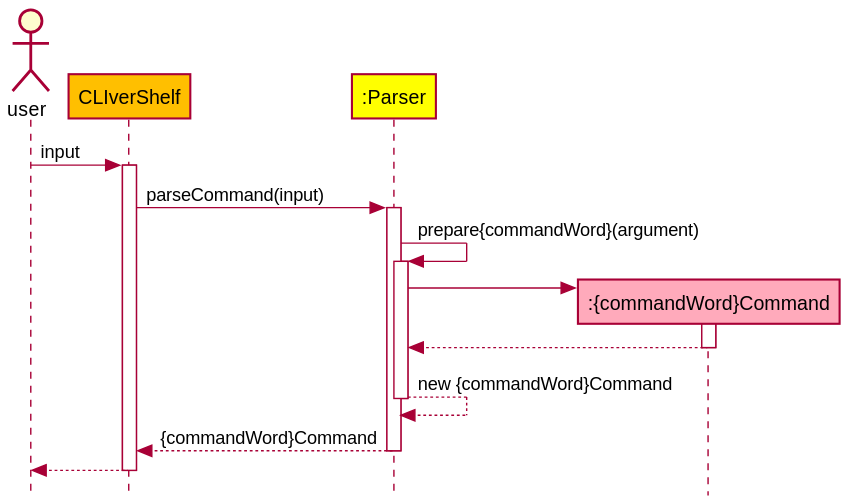
The PlantUML diagram docs/diagrams/ParserSequenceDiagram.svg in zh1huang/tp, before a commit.
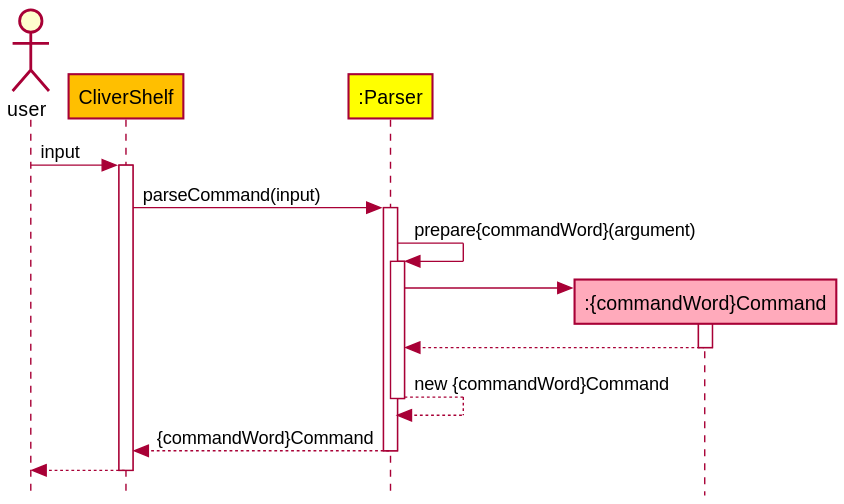
Later version of the same file.

Commit message:
Rename CliverShelf in diagram

Change to the diagram source:
```diff
@@ -2,7 +2,7 @@
 !include Style.puml
 actor user
 
-participant CLIverShelf as app LOGIC_COLOR
+participant CliverShelf as app LOGIC_COLOR
 participant ":Parser" as parser LOGIC_COLOR_T1
 participant ":{commandWord}Command" as newCommand MARKUP_COMMAND_COLOUR
 
```
